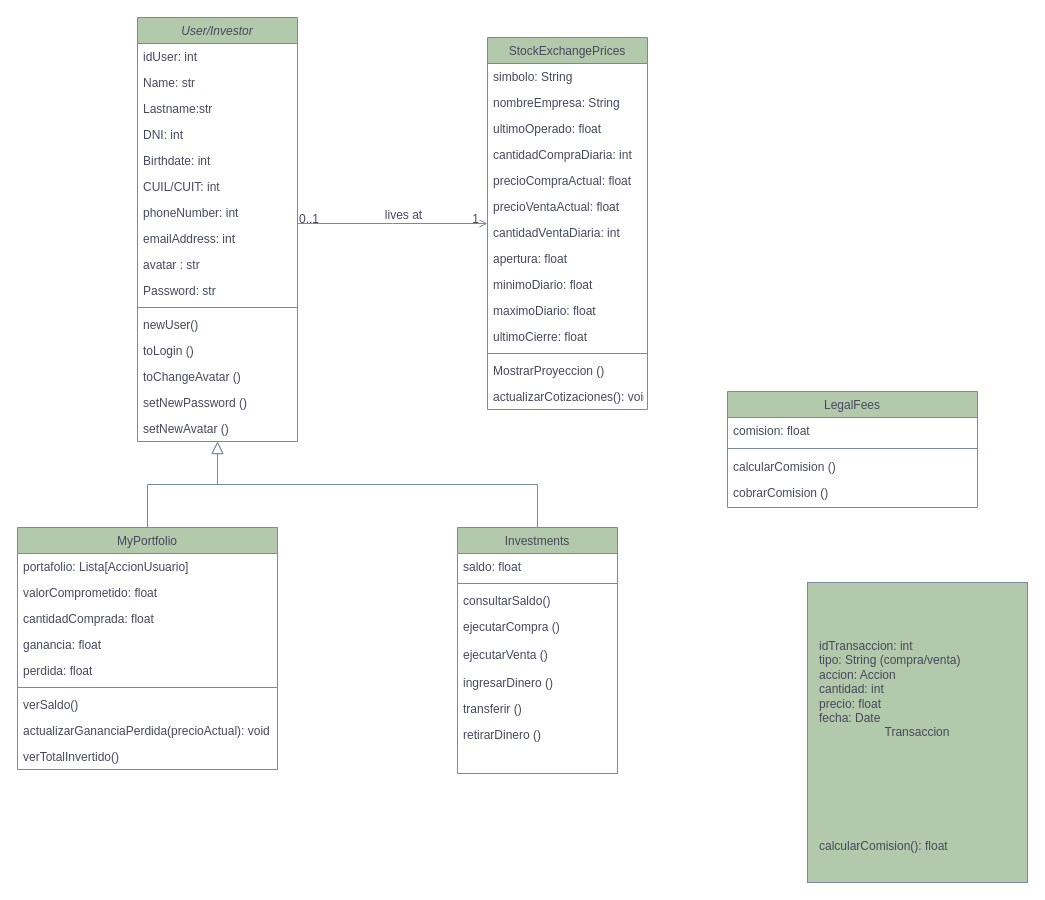
Earlier version of the draw.io diagram Documentación/Diagrama de clases.drawio (INNOVAcodersISPC/ARGBroker). Source tidied: cells renumbered, new cells numbered last; positions are measured from the earlier drawing's top-left corner, leaving out a move shared by most shapes. Both pictures are drawn from the tidied source at 100%, with x=0, y=0 at pixel (17, 17).
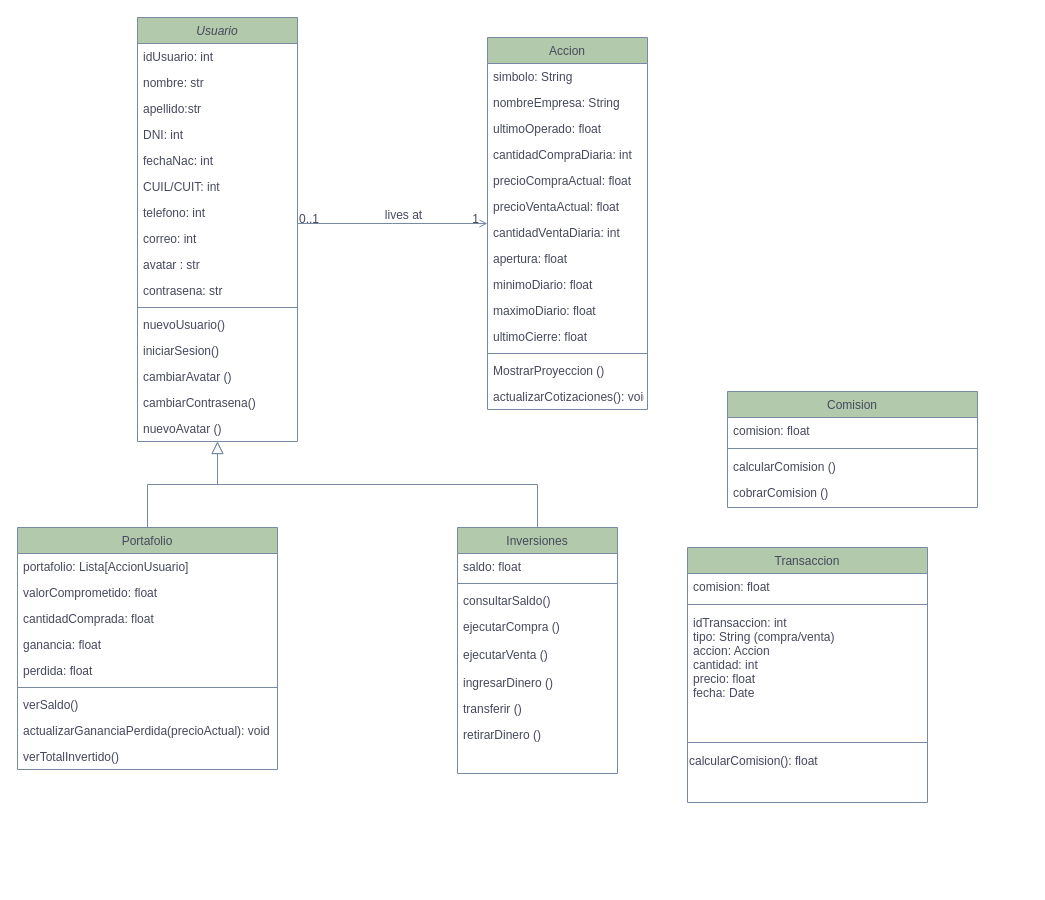
Above is the later version.

The edit, as a diff of the source:
```diff
@@
-    <mxCell id="2" value="User/Investor" style="swimlane;fontStyle=2;align=center;verticalAlign=top;horizontal=1;startSize=26;rounded=0;shadow=0;strokeWidth=1;fillColor=#B2C9AB;strokeColor=#788AA3;labelBackgroundColor=none;fontColor=#46495D;" parent="1" vertex="1">
+    <mxCell id="2" value="Usuario" style="swimlane;fontStyle=2;align=center;verticalAlign=top;horizontal=1;startSize=26;rounded=0;shadow=0;strokeWidth=1;fillColor=#B2C9AB;strokeColor=#788AA3;labelBackgroundColor=none;fontColor=#46495D;" parent="1" vertex="1">
       <mxGeometry x="120" width="160" height="424" as="geometry" />
     </mxCell>
-    <mxCell id="3" value="idUser: int" style="text;align=left;verticalAlign=top;spacingLeft=4;spacingRight=4;overflow=hidden;labelBackgroundColor=none;fontColor=#46495D;" parent="2" vertex="1">
+    <mxCell id="3" value="idUsuario: int" style="text;align=left;verticalAlign=top;spacingLeft=4;spacingRight=4;overflow=hidden;labelBackgroundColor=none;fontColor=#46495D;" parent="2" vertex="1">
       <mxGeometry y="26" width="160" height="26" as="geometry" />
     </mxCell>
-    <mxCell id="4" value="Name: str" style="text;align=left;verticalAlign=top;spacingLeft=4;spacingRight=4;overflow=hidden;labelBackgroundColor=none;fontColor=#46495D;" parent="2" vertex="1">
+    <mxCell id="4" value="nombre: str" style="text;align=left;verticalAlign=top;spacingLeft=4;spacingRight=4;overflow=hidden;labelBackgroundColor=none;fontColor=#46495D;" parent="2" vertex="1">
       <mxGeometry y="52" width="160" height="26" as="geometry" />
     </mxCell>
-    <mxCell id="5" value="Lastname:str" style="text;align=left;verticalAlign=top;spacingLeft=4;spacingRight=4;overflow=hidden;labelBackgroundColor=none;fontColor=#46495D;" parent="2" vertex="1">
+    <mxCell id="5" value="apellido:str" style="text;align=left;verticalAlign=top;spacingLeft=4;spacingRight=4;overflow=hidden;labelBackgroundColor=none;fontColor=#46495D;" parent="2" vertex="1">
       <mxGeometry y="78" width="160" height="26" as="geometry" />
     </mxCell>
@@
-    <mxCell id="7" value="Birthdate: int" style="text;align=left;verticalAlign=top;spacingLeft=4;spacingRight=4;overflow=hidden;rounded=0;shadow=0;html=0;labelBackgroundColor=none;fontColor=#46495D;" parent="2" vertex="1">
+    <mxCell id="7" value="fechaNac: int" style="text;align=left;verticalAlign=top;spacingLeft=4;spacingRight=4;overflow=hidden;rounded=0;shadow=0;html=0;labelBackgroundColor=none;fontColor=#46495D;" parent="2" vertex="1">
       <mxGeometry y="130" width="160" height="26" as="geometry" />
     </mxCell>
@@
-    <mxCell id="9" value="phoneNumber: int" style="text;align=left;verticalAlign=top;spacingLeft=4;spacingRight=4;overflow=hidden;rounded=0;shadow=0;html=0;labelBackgroundColor=none;fontColor=#46495D;" parent="2" vertex="1">
+    <mxCell id="9" value="telefono: int" style="text;align=left;verticalAlign=top;spacingLeft=4;spacingRight=4;overflow=hidden;rounded=0;shadow=0;html=0;labelBackgroundColor=none;fontColor=#46495D;" parent="2" vertex="1">
       <mxGeometry y="182" width="160" height="26" as="geometry" />
     </mxCell>
-    <mxCell id="10" value="emailAddress: int" style="text;align=left;verticalAlign=top;spacingLeft=4;spacingRight=4;overflow=hidden;rounded=0;shadow=0;html=0;labelBackgroundColor=none;fontColor=#46495D;" parent="2" vertex="1">
+    <mxCell id="10" value="correo: int" style="text;align=left;verticalAlign=top;spacingLeft=4;spacingRight=4;overflow=hidden;rounded=0;shadow=0;html=0;labelBackgroundColor=none;fontColor=#46495D;" parent="2" vertex="1">
       <mxGeometry y="208" width="160" height="26" as="geometry" />
     </mxCell>
@@
-    <mxCell id="12" value="Password: str" style="text;align=left;verticalAlign=top;spacingLeft=4;spacingRight=4;overflow=hidden;rounded=0;shadow=0;html=0;labelBackgroundColor=none;fontColor=#46495D;" parent="2" vertex="1">
+    <mxCell id="12" value="contrasena: str" style="text;align=left;verticalAlign=top;spacingLeft=4;spacingRight=4;overflow=hidden;rounded=0;shadow=0;html=0;labelBackgroundColor=none;fontColor=#46495D;" parent="2" vertex="1">
       <mxGeometry y="260" width="160" height="26" as="geometry" />
     </mxCell>
@@
-    <mxCell id="14" value="newUser()" style="text;align=left;verticalAlign=top;spacingLeft=4;spacingRight=4;overflow=hidden;labelBackgroundColor=none;fontColor=#46495D;" parent="2" vertex="1">
+    <mxCell id="14" value="nuevoUsuario()" style="text;align=left;verticalAlign=top;spacingLeft=4;spacingRight=4;overflow=hidden;labelBackgroundColor=none;fontColor=#46495D;" parent="2" vertex="1">
       <mxGeometry y="294" width="160" height="26" as="geometry" />
     </mxCell>
-    <mxCell id="15" value="toLogin ()" style="text;align=left;verticalAlign=top;spacingLeft=4;spacingRight=4;overflow=hidden;labelBackgroundColor=none;fontColor=#46495D;" parent="2" vertex="1">
+    <mxCell id="15" value="iniciarSesion()" style="text;align=left;verticalAlign=top;spacingLeft=4;spacingRight=4;overflow=hidden;labelBackgroundColor=none;fontColor=#46495D;" parent="2" vertex="1">
       <mxGeometry y="320" width="160" height="26" as="geometry" />
     </mxCell>
-    <mxCell id="16" value="toChangeAvatar ()" style="text;align=left;verticalAlign=top;spacingLeft=4;spacingRight=4;overflow=hidden;labelBackgroundColor=none;fontColor=#46495D;" parent="2" vertex="1">
+    <mxCell id="16" value="cambiarAvatar ()" style="text;align=left;verticalAlign=top;spacingLeft=4;spacingRight=4;overflow=hidden;labelBackgroundColor=none;fontColor=#46495D;" parent="2" vertex="1">
       <mxGeometry y="346" width="160" height="26" as="geometry" />
     </mxCell>
-    <mxCell id="17" value="setNewPassword ()" style="text;align=left;verticalAlign=top;spacingLeft=4;spacingRight=4;overflow=hidden;labelBackgroundColor=none;fontColor=#46495D;" parent="2" vertex="1">
+    <mxCell id="17" value="cambiarContrasena()" style="text;align=left;verticalAlign=top;spacingLeft=4;spacingRight=4;overflow=hidden;labelBackgroundColor=none;fontColor=#46495D;" parent="2" vertex="1">
       <mxGeometry y="372" width="160" height="26" as="geometry" />
     </mxCell>
-    <mxCell id="18" value="setNewAvatar ()" style="text;align=left;verticalAlign=top;spacingLeft=4;spacingRight=4;overflow=hidden;labelBackgroundColor=none;fontColor=#46495D;" parent="2" vertex="1">
+    <mxCell id="18" value="nuevoAvatar ()" style="text;align=left;verticalAlign=top;spacingLeft=4;spacingRight=4;overflow=hidden;labelBackgroundColor=none;fontColor=#46495D;" parent="2" vertex="1">
       <mxGeometry y="398" width="160" height="26" as="geometry" />
     </mxCell>
-    <mxCell id="19" value="Investments" style="swimlane;fontStyle=0;align=center;verticalAlign=top;horizontal=1;startSize=26;rounded=0;shadow=0;strokeWidth=1;labelBackgroundColor=none;fillColor=#B2C9AB;strokeColor=#788AA3;fontColor=#46495D;" parent="1" vertex="1">
+    <mxCell id="19" value="Inversiones" style="swimlane;fontStyle=0;align=center;verticalAlign=top;horizontal=1;startSize=26;rounded=0;shadow=0;strokeWidth=1;labelBackgroundColor=none;fillColor=#B2C9AB;strokeColor=#788AA3;fontColor=#46495D;" parent="1" vertex="1">
       <mxGeometry x="440" y="510" width="160" height="246" as="geometry" />
     </mxCell>
@@
-    <mxCell id="29" value="MyPortfolio" style="swimlane;fontStyle=0;align=center;verticalAlign=top;horizontal=1;startSize=26;rounded=0;shadow=0;strokeWidth=1;labelBackgroundColor=none;fillColor=#B2C9AB;strokeColor=#788AA3;fontColor=#46495D;" parent="1" vertex="1">
+    <mxCell id="29" value="Portafolio" style="swimlane;fontStyle=0;align=center;verticalAlign=top;horizontal=1;startSize=26;rounded=0;shadow=0;strokeWidth=1;labelBackgroundColor=none;fillColor=#B2C9AB;strokeColor=#788AA3;fontColor=#46495D;" parent="1" vertex="1">
       <mxGeometry y="510" width="260" height="242" as="geometry" />
     </mxCell>
@@
-    <mxCell id="40" value="StockExchangePrices" style="swimlane;fontStyle=0;align=center;verticalAlign=top;horizontal=1;startSize=26;rounded=0;shadow=0;strokeWidth=1;labelBackgroundColor=none;fillColor=#B2C9AB;strokeColor=#788AA3;fontColor=#46495D;" parent="1" vertex="1">
+    <mxCell id="40" value="Accion" style="swimlane;fontStyle=0;align=center;verticalAlign=top;horizontal=1;startSize=26;rounded=0;shadow=0;strokeWidth=1;labelBackgroundColor=none;fillColor=#B2C9AB;strokeColor=#788AA3;fontColor=#46495D;" parent="1" vertex="1">
       <mxGeometry x="470" y="20" width="160" height="372" as="geometry" />
     </mxCell>
@@
-    <mxCell id="59" value="Transaccion" style="rounded=0;whiteSpace=wrap;html=1;labelBackgroundColor=none;fillColor=#B2C9AB;strokeColor=#788AA3;fontColor=#46495D;" parent="1" vertex="1">
-      <mxGeometry x="790" y="565" width="220" height="300" as="geometry" />
-    </mxCell>
-    <mxCell id="60" value="idTransaccion: int&#10;tipo: String (compra/venta)&#10;accion: Accion&#10;cantidad: int&#10;precio: float&#10;fecha: Date" style="text;html=1;strokeColor=none;fillColor=none;spacingLeft=10;labelBackgroundColor=none;fontColor=#46495D;" parent="59" vertex="1">
-      <mxGeometry y="50" width="220" height="200" as="geometry" />
-    </mxCell>
-    <mxCell id="61" value="calcularComision(): float" style="text;html=1;strokeColor=none;fillColor=none;spacingLeft=10;labelBackgroundColor=none;fontColor=#46495D;" parent="59" vertex="1">
-      <mxGeometry y="250" width="220" height="50" as="geometry" />
-    </mxCell>
-    <mxCell id="62" value="LegalFees" style="swimlane;fontStyle=0;align=center;verticalAlign=top;horizontal=1;startSize=26;rounded=0;shadow=0;strokeWidth=1;labelBackgroundColor=none;fillColor=#B2C9AB;strokeColor=#788AA3;fontColor=#46495D;" parent="1" vertex="1">
+    <mxCell id="62" value="Comision" style="swimlane;fontStyle=0;align=center;verticalAlign=top;horizontal=1;startSize=26;rounded=0;shadow=0;strokeWidth=1;labelBackgroundColor=none;fillColor=#B2C9AB;strokeColor=#788AA3;fontColor=#46495D;" parent="1" vertex="1">
       <mxGeometry x="710" y="374" width="250" height="116" as="geometry" />
     </mxCell>
@@
+    <mxCell id="59" value="Transaccion" style="swimlane;fontStyle=0;align=center;verticalAlign=top;horizontal=1;startSize=26;rounded=0;shadow=0;strokeWidth=1;labelBackgroundColor=none;fillColor=#B2C9AB;strokeColor=#788AA3;fontColor=#46495D;" parent="1" vertex="1">
+      <mxGeometry x="670" y="530" width="240" height="255" as="geometry" />
+    </mxCell>
+    <mxCell id="67" value="comision: float" style="text;align=left;verticalAlign=top;spacingLeft=4;spacingRight=4;overflow=hidden;labelBackgroundColor=none;fontColor=#46495D;" parent="59" vertex="1">
+      <mxGeometry y="26" width="240" height="26" as="geometry" />
+    </mxCell>
+    <mxCell id="68" style="line;html=1;strokeWidth=1;align=left;verticalAlign=middle;spacingTop=-1;spacingLeft=3;spacingRight=3;labelPosition=right;labelBackgroundColor=none;fillColor=#B2C9AB;strokeColor=#788AA3;fontColor=#46495D;" parent="59" vertex="1">
+      <mxGeometry y="52" width="240" height="10" as="geometry" />
+    </mxCell>
+    <mxCell id="60" value="idTransaccion: int&#10;tipo: String (compra/venta)&#10;accion: Accion&#10;cantidad: int&#10;precio: float&#10;fecha: Date" style="text;align=left;verticalAlign=top;spacingLeft=4;spacingRight=4;overflow=hidden;labelBackgroundColor=none;fontColor=#46495D;" parent="59" vertex="1">
+      <mxGeometry y="62" width="240" height="128" as="geometry" />
+    </mxCell>
+    <mxCell id="69" style="line;html=1;strokeWidth=1;align=left;verticalAlign=middle;spacingTop=-1;spacingLeft=3;spacingRight=3;labelPosition=right;labelBackgroundColor=none;fillColor=#B2C9AB;strokeColor=#788AA3;fontColor=#46495D;" parent="59" vertex="1">
+      <mxGeometry y="190" width="240" height="10" as="geometry" />
+    </mxCell>
+    <mxCell id="61" value="&lt;span style=&quot;color: rgb(70, 73, 93); font-family: Helvetica; font-size: 12px; font-style: normal; font-variant-ligatures: normal; font-variant-caps: normal; font-weight: 400; letter-spacing: normal; orphans: 2; text-align: left; text-indent: 0px; text-transform: none; widows: 2; word-spacing: 0px; -webkit-text-stroke-width: 0px; white-space: nowrap; background-color: rgb(251, 251, 251); text-decoration-thickness: initial; text-decoration-style: initial; text-decoration-color: initial; display: inline !important; float: none;&quot;&gt;calcularComision(): float&lt;/span&gt;" style="text;whiteSpace=wrap;html=1;" parent="59" vertex="1">
+      <mxGeometry y="200" width="240" height="40" as="geometry" />
+    </mxCell>
```
